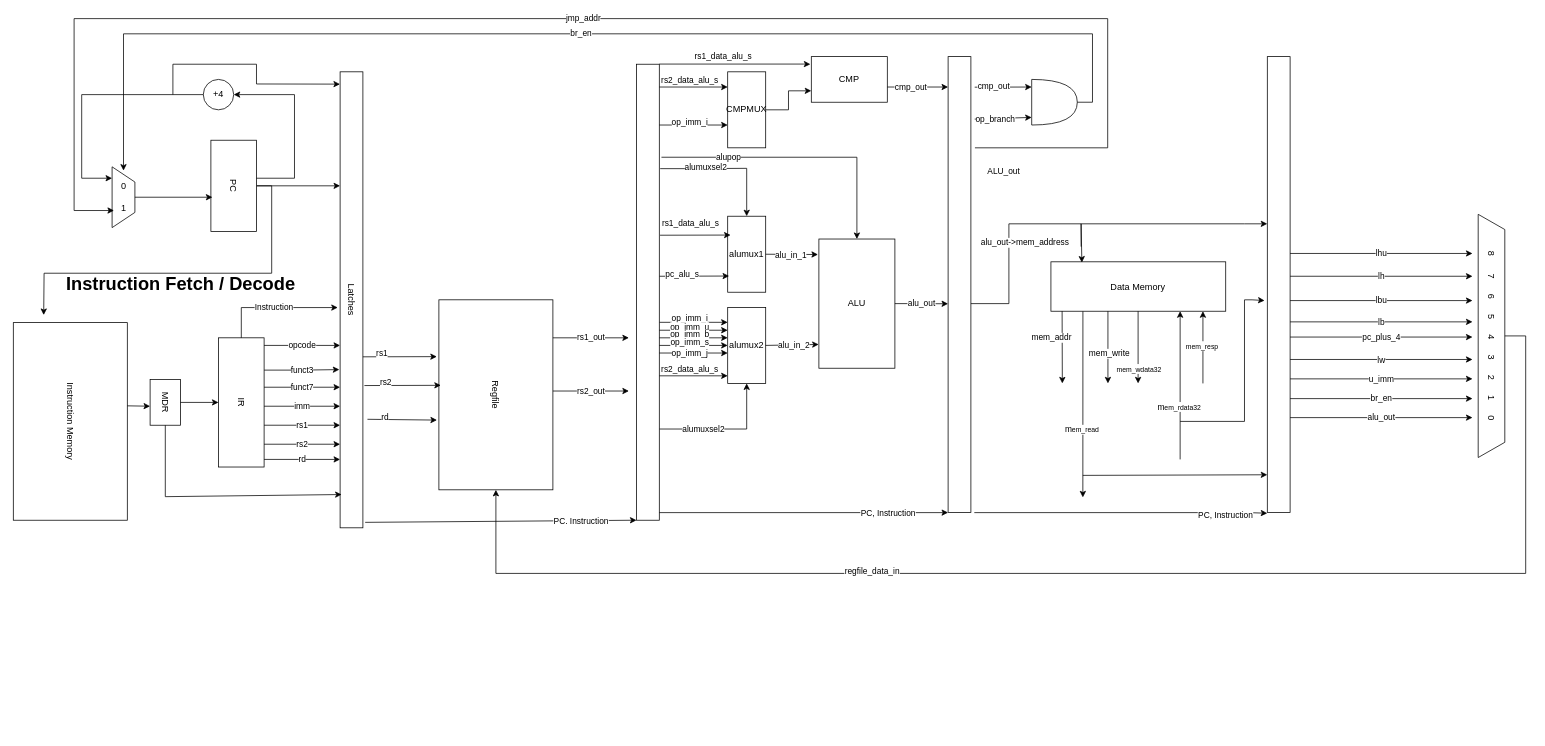
Earlier version of the draw.io diagram riscvpipelineddatapath.drawio (geitanksha/ece411rep). Source tidied: cells renumbered, new cells numbered last; positions are measured from the earlier drawing's top-left corner, leaving out a move shared by most shapes. Both pictures are drawn from the tidied source at 76%, with x=0, y=0 at pixel (-29, 18).
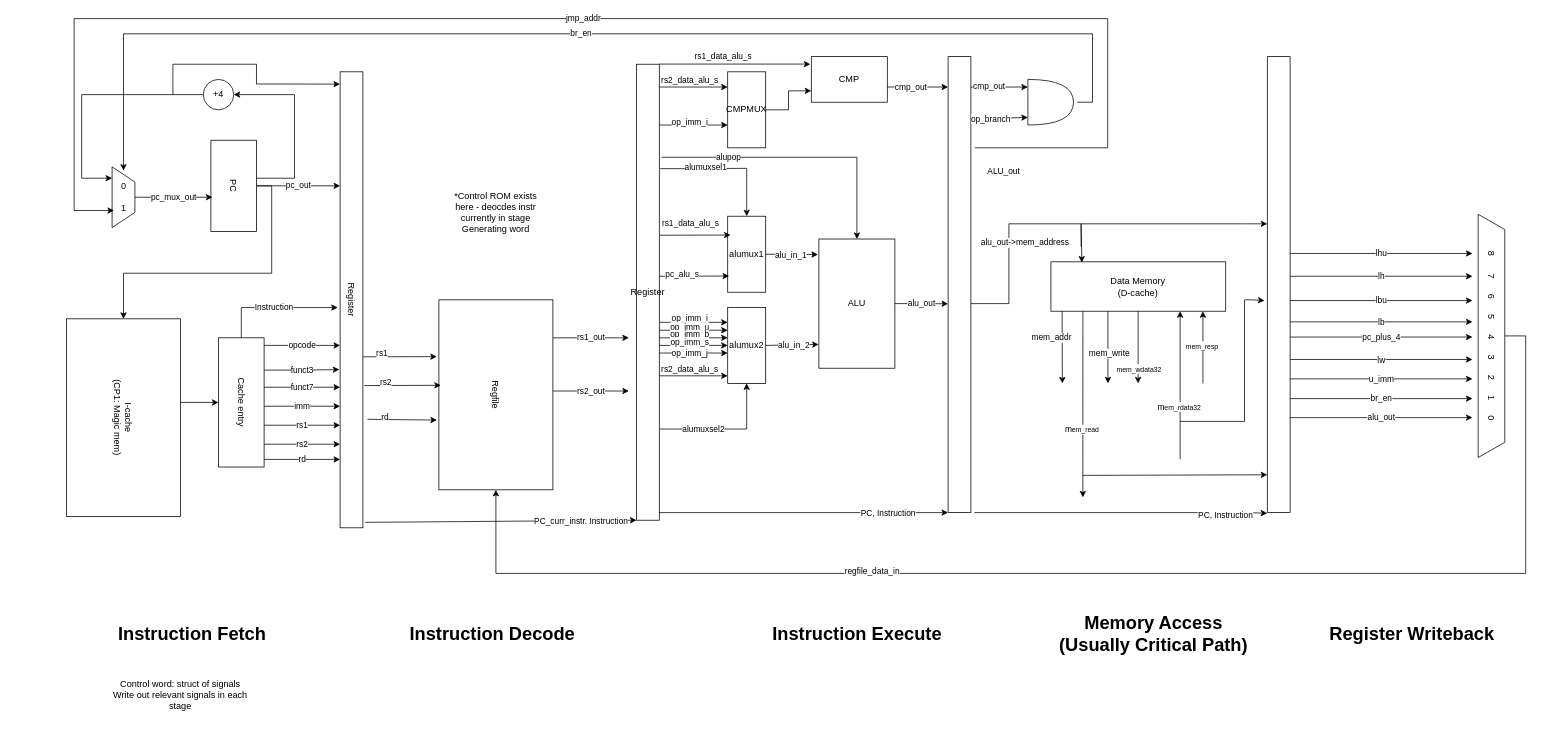
The same diagram, later.

The change refers to these unchanged cells:
```xml
<mxCell id="17" value="PC" style="rounded=0;whiteSpace=wrap;html=1;rotation=90;" parent="1" vertex="1">
  <mxGeometry x="285" y="190" width="120" height="60" as="geometry" />
</mxCell>
<mxCell id="27" value="&lt;div&gt;&lt;br&gt;&lt;/div&gt;" style="shape=trapezoid;perimeter=trapezoidPerimeter;whiteSpace=wrap;html=1;fixedSize=1;rotation=90;" parent="1" vertex="1">
  <mxGeometry x="160" y="220" width="80" height="30" as="geometry" />
</mxCell>
<mxCell id="60" style="endArrow=classic;html=1;rounded=0;entryX=0.5;entryY=0;entryDx=0;entryDy=0;exitX=1.039;exitY=0.229;exitDx=0;exitDy=0;exitPerimeter=0;edgeStyle=orthogonalEdgeStyle;" parent="1" edge="1" source="66" target="53">
  <mxGeometry relative="1" as="geometry">
    <Array as="points">
      <mxPoint x="950" y="197" />
      <mxPoint x="1020" y="197" />
    </Array>
  </mxGeometry>
</mxCell>
<mxCell id="87" style="rounded=0;whiteSpace=wrap;html=1;" parent="1" vertex="1">
  <mxGeometry x="1285" y="50" width="30" height="600" as="geometry" />
</mxCell>
<mxCell id="108" style="endArrow=classic;html=1;rounded=0;entryX=0;entryY=1;entryDx=0;entryDy=0;exitX=0.988;exitY=-0.1;exitDx=0;exitDy=0;exitPerimeter=0;" parent="1" edge="1" source="30" target="66">
  <mxGeometry relative="1" as="geometry" />
</mxCell>
```

Change to the diagram source:
```diff
@@
-    <mxCell id="3" value="&lt;div&gt;IR&lt;/div&gt;" style="rounded=0;whiteSpace=wrap;html=1;rotation=90;" parent="1" vertex="1">
+    <mxCell id="3" value="&lt;div&gt;Cache entry&lt;/div&gt;" style="rounded=0;whiteSpace=wrap;html=1;rotation=90;" parent="1" vertex="1">
       <mxGeometry x="270" y="475" width="170" height="60" as="geometry" />
     </mxCell>
-    <mxCell id="4" value="MDR" style="rounded=0;whiteSpace=wrap;html=1;rotation=90;" parent="1" vertex="1">
-      <mxGeometry x="225" y="485" width="60" height="40" as="geometry" />
-    </mxCell>
-    <mxCell id="5" value="Data Memory" style="rounded=0;whiteSpace=wrap;html=1;" parent="1" vertex="1">
+    <mxCell id="5" value="Data Memory&lt;br&gt;(D-cache)" style="rounded=0;whiteSpace=wrap;html=1;" parent="1" vertex="1">
       <mxGeometry x="1420.3" y="320" width="230" height="65" as="geometry" />
     </mxCell>
-    <mxCell id="6" style="endArrow=classic;html=1;rounded=0;entryX=0.5;entryY=1;entryDx=0;entryDy=0;exitX=0.5;exitY=0;exitDx=0;exitDy=0;" parent="1" edge="1" source="4" target="3">
-      <mxGeometry relative="1" as="geometry" />
+    <mxCell id="6" style="endArrow=classic;html=1;rounded=0;entryX=0.5;entryY=1;entryDx=0;entryDy=0;exitX=0.5;exitY=0;exitDx=0;exitDy=0;" parent="1" edge="1" target="3">
+      <mxGeometry relative="1" as="geometry">
+        <mxPoint x="275" y="505" as="sourcePoint" />
+      </mxGeometry>
     </mxCell>
@@
-    <mxCell id="9" value="Instruction Memory" style="rounded=0;whiteSpace=wrap;html=1;rotation=90;" parent="1" vertex="1">
-      <mxGeometry y="455" width="260" height="150" as="geometry" />
+    <mxCell id="9" value="I-cache&lt;br&gt;(CP1: Magic mem)" style="rounded=0;whiteSpace=wrap;html=1;rotation=90;" parent="1" vertex="1">
+      <mxGeometry x="70" y="450" width="260" height="150" as="geometry" />
     </mxCell>
@@
-    <mxCell id="12" style="endArrow=classic;html=1;rounded=0;" parent="1" edge="1">
-      <mxGeometry relative="1" as="geometry">
-        <mxPoint x="205" y="509.5" as="sourcePoint" />
-        <mxPoint x="235" y="510" as="targetPoint" />
-      </mxGeometry>
-    </mxCell>
@@
-    <mxCell id="15" style="edgeStyle=orthogonalEdgeStyle;rounded=0;jettySize=auto;html=1;exitX=0.5;exitY=0;exitDx=0;exitDy=0;" parent="1" edge="1" source="17">
+    <mxCell id="15" style="edgeStyle=orthogonalEdgeStyle;rounded=0;jettySize=auto;html=1;exitX=0.5;exitY=0;exitDx=0;exitDy=0;entryX=0;entryY=0.5;entryDx=0;entryDy=0;" parent="1" edge="1" source="17" target="9">
       <mxGeometry relative="1" as="geometry">
-        <mxPoint x="95" y="390" as="targetPoint" />
+        <Array as="points">
+          <mxPoint x="395" y="220" />
+          <mxPoint x="395" y="335" />
+          <mxPoint x="200" y="335" />
+        </Array>
       </mxGeometry>
     </mxCell>
-    <mxCell id="16" style="edgeStyle=orthogonalEdgeStyle;rounded=0;jettySize=auto;html=1;entryX=0.25;entryY=1;entryDx=0;entryDy=0;" parent="1" edge="1" source="17" target="30">
+    <mxCell id="16" value="pc_out" style="edgeStyle=orthogonalEdgeStyle;rounded=0;jettySize=auto;html=1;entryX=0.25;entryY=1;entryDx=0;entryDy=0;" parent="1" edge="1" source="17" target="30">
       <mxGeometry relative="1" as="geometry" />
     </mxCell>
@@
-    <mxCell id="28" style="endArrow=classic;html=1;rounded=0;exitX=0.5;exitY=0;exitDx=0;exitDy=0;entryX=0.625;entryY=0.967;entryDx=0;entryDy=0;entryPerimeter=0;" parent="1" edge="1" source="27" target="17">
+    <mxCell id="28" value="pc_mux_out" style="endArrow=classic;html=1;rounded=0;exitX=0.5;exitY=0;exitDx=0;exitDy=0;entryX=0.625;entryY=0.967;entryDx=0;entryDy=0;entryPerimeter=0;" parent="1" edge="1" source="27" target="17">
       <mxGeometry relative="1" as="geometry" />
     </mxCell>
@@
-    <mxCell id="30" value="&lt;div&gt;Latches&lt;/div&gt;" style="rounded=0;whiteSpace=wrap;html=1;rotation=90;" parent="1" vertex="1">
+    <mxCell id="30" value="&lt;div&gt;Register&lt;/div&gt;" style="rounded=0;whiteSpace=wrap;html=1;rotation=90;" parent="1" vertex="1">
       <mxGeometry x="200" y="355" width="600" height="30" as="geometry" />
     </mxCell>
-    <mxCell id="31" value="Instruction Fetch / Decode" style="text;strokeColor=none;fillColor=none;html=1;fontSize=24;fontStyle=1;verticalAlign=middle;align=center;" parent="1" vertex="1">
-      <mxGeometry x="225" y="330" width="100" height="40" as="geometry" />
+    <mxCell id="31" value="Instruction Fetch" style="text;strokeColor=none;fillColor=none;html=1;fontSize=24;fontStyle=1;verticalAlign=middle;align=center;" parent="1" vertex="1">
+      <mxGeometry x="240" y="790" width="100" height="40" as="geometry" />
     </mxCell>
@@
-    <mxCell id="40" style="endArrow=classic;html=1;rounded=0;exitX=1;exitY=0.5;exitDx=0;exitDy=0;entryX=0.927;entryY=0.933;entryDx=0;entryDy=0;entryPerimeter=0;" parent="1" edge="1" source="4" target="30">
-      <mxGeometry relative="1" as="geometry">
-        <Array as="points">
-          <mxPoint x="255" y="629" />
-        </Array>
-      </mxGeometry>
-    </mxCell>
@@
-    <mxCell id="61" value="alumuxsel2" style="edgeLabel;html=1;align=center;verticalAlign=middle;" parent="60" vertex="1">
+    <mxCell id="61" value="alumuxsel1" style="edgeLabel;html=1;align=center;verticalAlign=middle;" parent="60" vertex="1">
       <mxGeometry x="-0.33" y="2" relative="1" as="geometry" />
     </mxCell>
@@
-    <mxCell id="66" style="rounded=0;whiteSpace=wrap;html=1;" parent="1" vertex="1">
+    <mxCell id="66" value="Register" style="rounded=0;whiteSpace=wrap;html=1;" parent="1" vertex="1">
       <mxGeometry x="875" y="60" width="30" height="600" as="geometry" />
     </mxCell>
@@
-    <mxCell id="97" style="endArrow=classic;html=1;rounded=0;exitX=1.167;exitY=0.067;exitDx=0;exitDy=0;exitPerimeter=0;" parent="1" edge="1" source="87">
+    <mxCell id="97" style="endArrow=classic;html=1;rounded=0;exitX=1.167;exitY=0.067;exitDx=0;exitDy=0;exitPerimeter=0;" parent="1" edge="1">
       <mxGeometry relative="1" as="geometry">
-        <mxPoint x="1395" y="90" as="targetPoint" />
+        <mxPoint x="1315" y="90.2" as="sourcePoint" />
+        <mxPoint x="1390" y="90" as="targetPoint" />
       </mxGeometry>
     </mxCell>
@@
-    <mxCell id="100" style="endArrow=classic;html=1;rounded=0;exitX=1.167;exitY=0.137;exitDx=0;exitDy=0;exitPerimeter=0;" parent="1" edge="1" source="87">
+    <mxCell id="100" style="endArrow=classic;html=1;rounded=0;exitX=1.167;exitY=0.137;exitDx=0;exitDy=0;exitPerimeter=0;" parent="1" edge="1">
       <mxGeometry relative="1" as="geometry">
-        <mxPoint x="1395" y="130" as="targetPoint" />
+        <mxPoint x="1315" y="132.2" as="sourcePoint" />
+        <mxPoint x="1390" y="130" as="targetPoint" />
       </mxGeometry>
     </mxCell>
@@
     <mxCell id="102" style="shape=or;whiteSpace=wrap;html=1;" parent="1" vertex="1">
-      <mxGeometry x="1395" y="80" width="60" height="60" as="geometry" />
+      <mxGeometry x="1390" y="80" width="60" height="60" as="geometry" />
     </mxCell>
@@
-    <mxCell id="109" value="PC. Instruction" style="edgeLabel;html=1;align=center;verticalAlign=middle;" parent="108" vertex="1">
+    <mxCell id="109" value="PC_curr_instr. Instruction" style="edgeLabel;html=1;align=center;verticalAlign=middle;" parent="108" vertex="1">
       <mxGeometry x="-0.56" y="-2" relative="1" as="geometry">
         <mxPoint x="204" y="-4" as="offset" />
       </mxGeometry>
     </mxCell>
@@
+    <mxCell id="125" value="Instruction Decode" style="text;strokeColor=none;fillColor=none;html=1;fontSize=24;fontStyle=1;verticalAlign=middle;align=center;" parent="1" vertex="1">
+      <mxGeometry x="635" y="790" width="100" height="40" as="geometry" />
+    </mxCell>
+    <mxCell id="126" value="Instruction Execute" style="text;strokeColor=none;fillColor=none;html=1;fontSize=24;fontStyle=1;verticalAlign=middle;align=center;" parent="1" vertex="1">
+      <mxGeometry x="1115" y="790" width="100" height="40" as="geometry" />
+    </mxCell>
+    <mxCell id="127" value="Memory Access&lt;br&gt;(Usually Critical Path)" style="text;strokeColor=none;fillColor=none;html=1;fontSize=24;fontStyle=1;verticalAlign=middle;align=center;" parent="1" vertex="1">
+      <mxGeometry x="1504" y="790" width="101" height="40" as="geometry" />
+    </mxCell>
+    <mxCell id="128" value="Register Writeback" style="text;strokeColor=none;fillColor=none;html=1;fontSize=24;fontStyle=1;verticalAlign=middle;align=center;" parent="1" vertex="1">
+      <mxGeometry x="1845" y="790" width="100" height="40" as="geometry" />
+    </mxCell>
+    <mxCell id="129" value="Control word: struct of signals&lt;br&gt;Write out relevant signals in each stage" style="text;html=1;strokeColor=none;fillColor=none;align=center;verticalAlign=middle;whiteSpace=wrap;rounded=0;" parent="1" vertex="1">
+      <mxGeometry x="175" y="840" width="200" height="100" as="geometry" />
+    </mxCell>
+    <mxCell id="130" value="*Control ROM exists here - deocdes instr currently in stage&lt;br&gt;Generating word" style="text;html=1;strokeColor=none;fillColor=none;align=center;verticalAlign=middle;whiteSpace=wrap;rounded=0;" parent="1" vertex="1">
+      <mxGeometry x="630" y="220" width="120" height="70" as="geometry" />
+    </mxCell>
```
